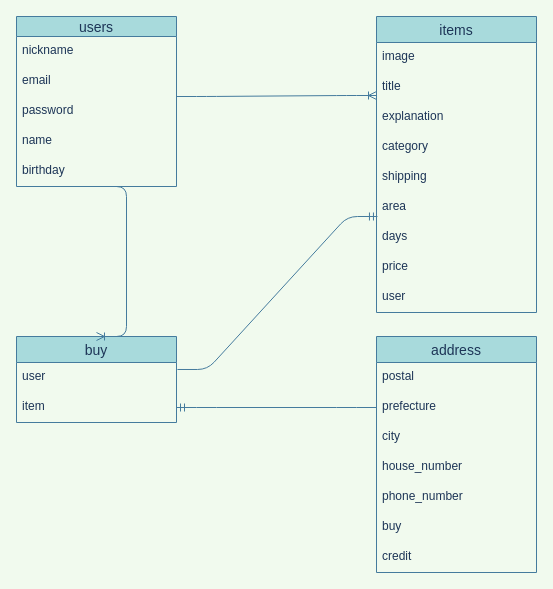
ryo-asari/furima-32474 keeps this draw.io diagram as furima.dio. Above is the earlier version. Source tidied: cells renumbered, new cells numbered last; positions are measured from the earlier drawing's top-left corner, leaving out a move shared by most shapes. Both pictures are drawn from the tidied source at 100%, with x=0, y=0 at pixel (16, 16).
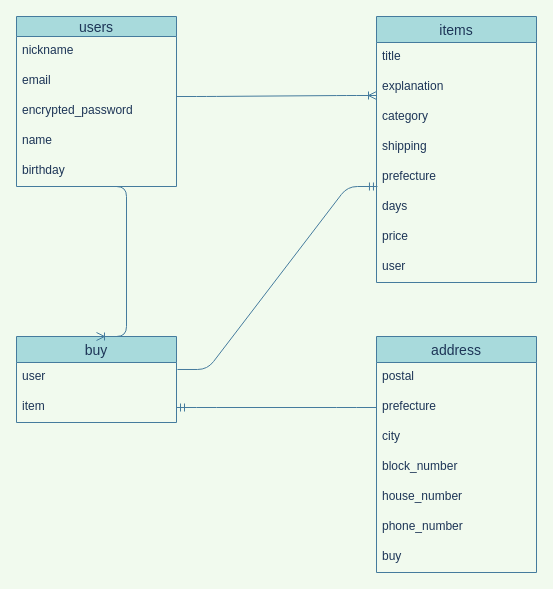
The same diagram, later.

Unchanged cells that the change refers to:
```xml
<mxCell id="2" value="users" style="swimlane;fontStyle=0;horizontal=1;startSize=20;align=center;fontSize=14;fillColor=#A8DADC;strokeColor=#457B9D;fontColor=#1D3557;" parent="1" vertex="1">
  <mxGeometry width="160" height="170" as="geometry" />
</mxCell>
<mxCell id="21" value="address" style="swimlane;fontStyle=0;horizontal=1;startSize=26;align=center;fontSize=14;fillColor=#A8DADC;strokeColor=#457B9D;fontColor=#1D3557;" parent="1" vertex="1">
  <mxGeometry x="360" y="320" width="160" height="236" as="geometry" />
</mxCell>
```

What changed in the source:
```diff
@@
-    <mxCell id="5" value="password" style="text;strokeColor=none;fillColor=none;spacingLeft=4;spacingRight=4;overflow=hidden;fontSize=12;fontColor=#1D3557;" parent="2" vertex="1">
+    <mxCell id="5" value="encrypted_password" style="text;strokeColor=none;fillColor=none;spacingLeft=4;spacingRight=4;overflow=hidden;fontSize=12;fontColor=#1D3557;" parent="2" vertex="1">
       <mxGeometry y="80" width="160" height="30" as="geometry" />
     </mxCell>
@@
     <mxCell id="8" value="items" style="swimlane;fontStyle=0;horizontal=1;startSize=26;align=center;fontSize=14;fillColor=#A8DADC;strokeColor=#457B9D;fontColor=#1D3557;" parent="1" vertex="1">
-      <mxGeometry x="360" width="160" height="296" as="geometry" />
+      <mxGeometry x="360" width="160" height="266" as="geometry" />
     </mxCell>
-    <mxCell id="9" value="image" style="text;strokeColor=none;fillColor=none;spacingLeft=4;spacingRight=4;overflow=hidden;fontSize=12;fontColor=#1D3557;" parent="8" vertex="1">
-      <mxGeometry y="26" width="160" height="30" as="geometry" />
-    </mxCell>
     <mxCell id="10" value="title" style="text;strokeColor=none;fillColor=none;spacingLeft=4;spacingRight=4;overflow=hidden;fontSize=12;fontColor=#1D3557;" parent="8" vertex="1">
-      <mxGeometry y="56" width="160" height="30" as="geometry" />
+      <mxGeometry y="26" width="160" height="30" as="geometry" />
     </mxCell>
     <mxCell id="11" value="explanation" style="text;strokeColor=none;fillColor=none;spacingLeft=4;spacingRight=4;overflow=hidden;fontSize=12;fontColor=#1D3557;" parent="8" vertex="1">
-      <mxGeometry y="86" width="160" height="30" as="geometry" />
+      <mxGeometry y="56" width="160" height="30" as="geometry" />
     </mxCell>
     <mxCell id="12" value="category" style="text;strokeColor=none;fillColor=none;spacingLeft=4;spacingRight=4;overflow=hidden;fontSize=12;fontColor=#1D3557;" parent="8" vertex="1">
-      <mxGeometry y="116" width="160" height="30" as="geometry" />
+      <mxGeometry y="86" width="160" height="30" as="geometry" />
     </mxCell>
     <mxCell id="13" value="shipping" style="text;strokeColor=none;fillColor=none;spacingLeft=4;spacingRight=4;overflow=hidden;fontSize=12;fontColor=#1D3557;" parent="8" vertex="1">
-      <mxGeometry y="146" width="160" height="30" as="geometry" />
+      <mxGeometry y="116" width="160" height="30" as="geometry" />
     </mxCell>
-    <mxCell id="14" value="area" style="text;strokeColor=none;fillColor=none;spacingLeft=4;spacingRight=4;overflow=hidden;points=[[0,0.5],[1,0.5]];portConstraint=eastwest;fontSize=12;fontColor=#1D3557;" parent="8" vertex="1">
-      <mxGeometry y="176" width="160" height="30" as="geometry" />
+    <mxCell id="14" value="prefecture" style="text;strokeColor=none;fillColor=none;spacingLeft=4;spacingRight=4;overflow=hidden;points=[[0,0.5],[1,0.5]];portConstraint=eastwest;fontSize=12;fontColor=#1D3557;" parent="8" vertex="1">
+      <mxGeometry y="146" width="160" height="30" as="geometry" />
     </mxCell>
     <mxCell id="15" value="days" style="text;strokeColor=none;fillColor=none;spacingLeft=4;spacingRight=4;overflow=hidden;fontSize=12;fontColor=#1D3557;" parent="8" vertex="1">
-      <mxGeometry y="206" width="160" height="30" as="geometry" />
+      <mxGeometry y="176" width="160" height="30" as="geometry" />
     </mxCell>
     <mxCell id="16" value="price" style="text;strokeColor=none;fillColor=none;spacingLeft=4;spacingRight=4;overflow=hidden;fontSize=12;fontColor=#1D3557;" parent="8" vertex="1">
-      <mxGeometry y="236" width="160" height="30" as="geometry" />
+      <mxGeometry y="206" width="160" height="30" as="geometry" />
     </mxCell>
     <mxCell id="17" value="user" style="text;strokeColor=none;fillColor=none;spacingLeft=4;spacingRight=4;overflow=hidden;fontSize=12;fontColor=#1D3557;" parent="8" vertex="1">
-      <mxGeometry y="266" width="160" height="30" as="geometry" />
+      <mxGeometry y="236" width="160" height="30" as="geometry" />
     </mxCell>
@@
+    <mxCell id="28" value="block_number" style="text;strokeColor=none;fillColor=none;spacingLeft=4;spacingRight=4;overflow=hidden;fontSize=12;fontColor=#1D3557;" parent="21" vertex="1">
+      <mxGeometry y="116" width="160" height="30" as="geometry" />
+    </mxCell>
     <mxCell id="25" value="house_number" style="text;strokeColor=none;fillColor=none;spacingLeft=4;spacingRight=4;overflow=hidden;fontSize=12;fontColor=#1D3557;" parent="21" vertex="1">
-      <mxGeometry y="116" width="160" height="30" as="geometry" />
+      <mxGeometry y="146" width="160" height="30" as="geometry" />
     </mxCell>
     <mxCell id="26" value="phone_number" style="text;strokeColor=none;fillColor=none;spacingLeft=4;spacingRight=4;overflow=hidden;fontSize=12;fontColor=#1D3557;" parent="21" vertex="1">
-      <mxGeometry y="146" width="160" height="30" as="geometry" />
+      <mxGeometry y="176" width="160" height="30" as="geometry" />
     </mxCell>
     <mxCell id="27" value="buy" style="text;strokeColor=none;fillColor=none;spacingLeft=4;spacingRight=4;overflow=hidden;fontSize=12;fontColor=#1D3557;" parent="21" vertex="1">
-      <mxGeometry y="176" width="160" height="30" as="geometry" />
+      <mxGeometry y="206" width="160" height="30" as="geometry" />
     </mxCell>
-    <mxCell id="28" value="credit" style="text;strokeColor=none;fillColor=none;spacingLeft=4;spacingRight=4;overflow=hidden;fontSize=12;fontColor=#1D3557;" parent="21" vertex="1">
-      <mxGeometry y="206" width="160" height="30" as="geometry" />
-    </mxCell>
```
